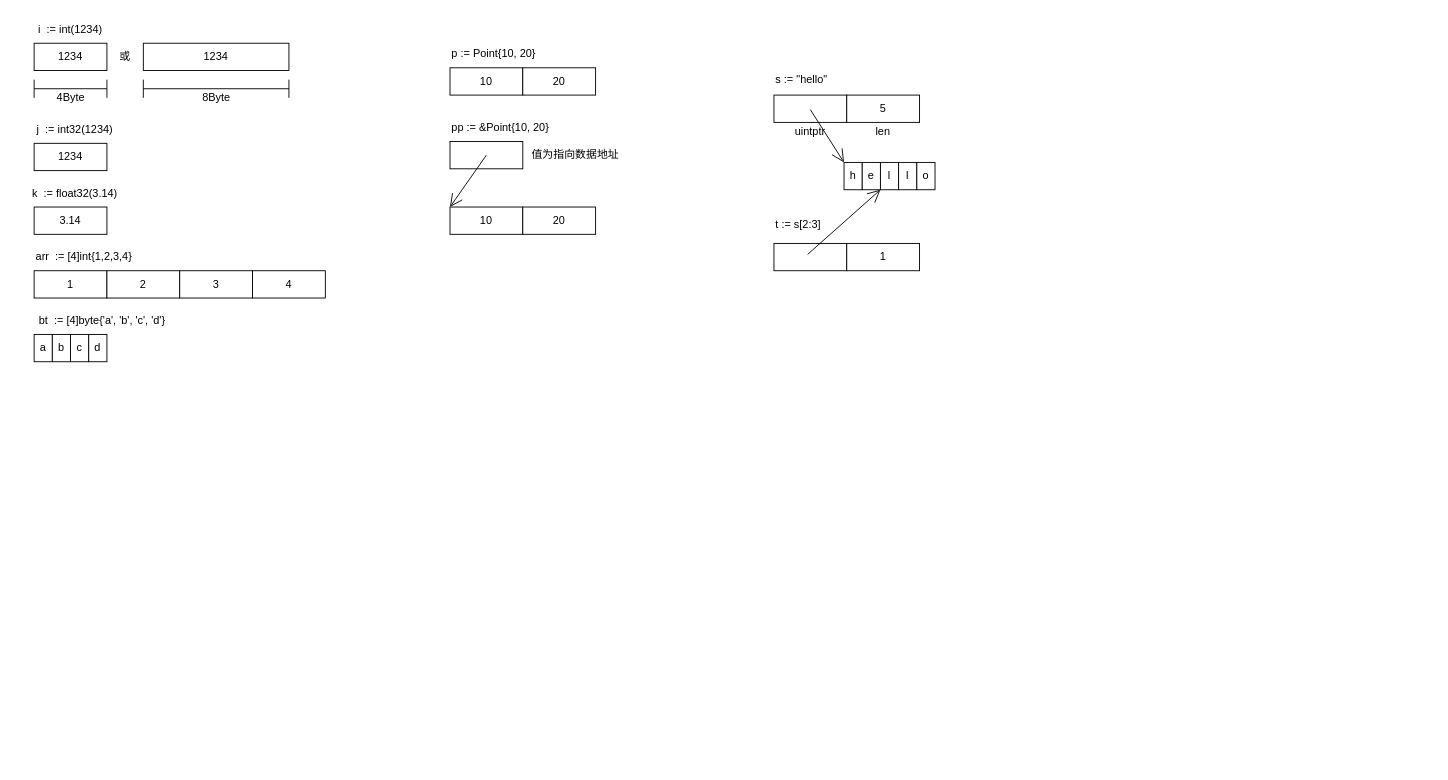
Earlier version of the draw.io diagram page "数据结构" (1 of 3) of golang.drawio (jxu86/project-uml). Source tidied: cells renumbered, new cells numbered last; positions are measured from the earlier drawing's top-left corner, leaving out a move shared by most shapes. Both pictures are drawn from the tidied source at 91%, with x=0, y=0 at pixel (15, 15).
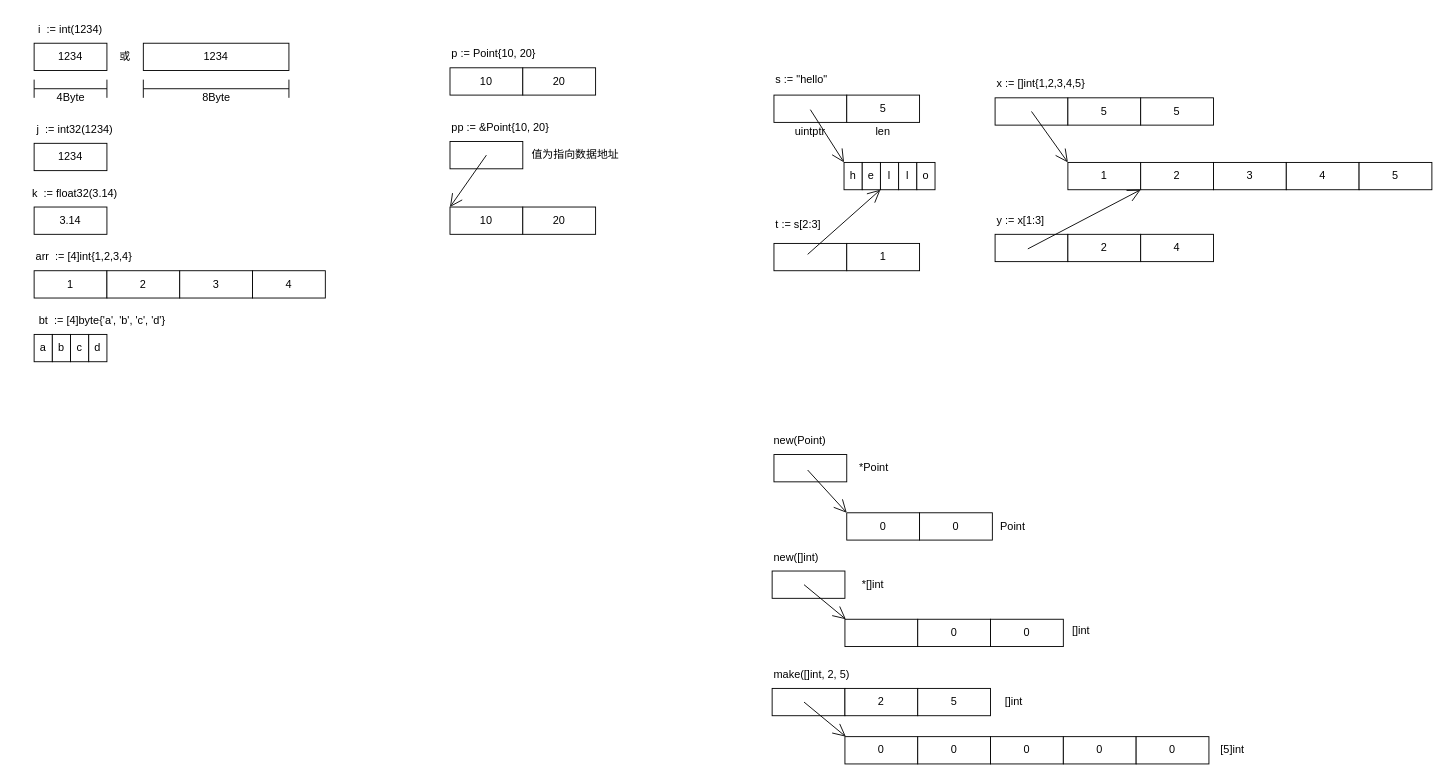
The same diagram, later.

The edit, as a diff of the source:
```diff
@@
+    <mxCell id="48" style="rounded=0;whiteSpace=wrap;html=1;" parent="1" vertex="1">
+      <mxGeometry x="1076" y="90" width="80" height="30" as="geometry" />
+    </mxCell>
@@
+    <mxCell id="49" value="x := []int{1,2,3,4,5}" style="text;html=1;strokeColor=none;fillColor=none;align=left;verticalAlign=middle;whiteSpace=wrap;rounded=0;" parent="1" vertex="1">
+      <mxGeometry x="1076" y="60" width="119" height="30" as="geometry" />
+    </mxCell>
+    <mxCell id="50" value="1" style="rounded=0;whiteSpace=wrap;html=1;" parent="1" vertex="1">
+      <mxGeometry x="1156" y="161" width="80" height="30" as="geometry" />
+    </mxCell>
+    <mxCell id="51" value="2" style="rounded=0;whiteSpace=wrap;html=1;" parent="1" vertex="1">
+      <mxGeometry x="1236" y="161" width="80" height="30" as="geometry" />
+    </mxCell>
+    <mxCell id="52" value="3" style="rounded=0;whiteSpace=wrap;html=1;" parent="1" vertex="1">
+      <mxGeometry x="1316" y="161" width="80" height="30" as="geometry" />
+    </mxCell>
+    <mxCell id="53" value="4" style="rounded=0;whiteSpace=wrap;html=1;" parent="1" vertex="1">
+      <mxGeometry x="1396" y="161" width="80" height="30" as="geometry" />
+    </mxCell>
+    <mxCell id="54" value="5" style="rounded=0;whiteSpace=wrap;html=1;" parent="1" vertex="1">
+      <mxGeometry x="1476" y="161" width="80" height="30" as="geometry" />
+    </mxCell>
+    <mxCell id="55" value="5" style="rounded=0;whiteSpace=wrap;html=1;" parent="1" vertex="1">
+      <mxGeometry x="1156" y="90" width="80" height="30" as="geometry" />
+    </mxCell>
+    <mxCell id="56" value="5" style="rounded=0;whiteSpace=wrap;html=1;" parent="1" vertex="1">
+      <mxGeometry x="1236" y="90" width="80" height="30" as="geometry" />
+    </mxCell>
+    <mxCell id="57" style="endArrow=open;endFill=1;endSize=12;html=1;rounded=0;entryX=0;entryY=0;entryDx=0;entryDy=0;exitX=0.5;exitY=0.5;exitDx=0;exitDy=0;exitPerimeter=0;" parent="1" edge="1" source="48" target="50">
+      <mxGeometry relative="1" as="geometry" />
+    </mxCell>
+    <mxCell id="58" value="y := x[1:3]" style="text;html=1;strokeColor=none;fillColor=none;align=left;verticalAlign=middle;whiteSpace=wrap;rounded=0;" parent="1" vertex="1">
+      <mxGeometry x="1076" y="210" width="119" height="30" as="geometry" />
+    </mxCell>
+    <mxCell id="59" style="rounded=0;whiteSpace=wrap;html=1;" parent="1" vertex="1">
+      <mxGeometry x="1076" y="240" width="80" height="30" as="geometry" />
+    </mxCell>
+    <mxCell id="60" value="2" style="rounded=0;whiteSpace=wrap;html=1;" parent="1" vertex="1">
+      <mxGeometry x="1156" y="240" width="80" height="30" as="geometry" />
+    </mxCell>
+    <mxCell id="61" value="4" style="rounded=0;whiteSpace=wrap;html=1;" parent="1" vertex="1">
+      <mxGeometry x="1236" y="240" width="80" height="30" as="geometry" />
+    </mxCell>
+    <mxCell id="62" style="endArrow=open;endFill=1;endSize=12;html=1;rounded=0;entryX=0;entryY=1;entryDx=0;entryDy=0;exitX=0.5;exitY=0.5;exitDx=0;exitDy=0;exitPerimeter=0;" parent="1" edge="1" target="51">
+      <mxGeometry relative="1" as="geometry">
+        <mxPoint x="1112" y="256" as="sourcePoint" />
+      </mxGeometry>
+    </mxCell>
+    <mxCell id="63" value="new(Point)" style="text;html=1;strokeColor=none;fillColor=none;align=left;verticalAlign=middle;whiteSpace=wrap;rounded=0;" parent="1" vertex="1">
+      <mxGeometry x="831" y="452" width="119" height="30" as="geometry" />
+    </mxCell>
+    <mxCell id="64" style="rounded=0;whiteSpace=wrap;html=1;" parent="1" vertex="1">
+      <mxGeometry x="833" y="482" width="80" height="30" as="geometry" />
+    </mxCell>
+    <mxCell id="65" value="0" style="rounded=0;whiteSpace=wrap;html=1;" parent="1" vertex="1">
+      <mxGeometry x="913" y="546" width="80" height="30" as="geometry" />
+    </mxCell>
+    <mxCell id="66" value="0" style="rounded=0;whiteSpace=wrap;html=1;" parent="1" vertex="1">
+      <mxGeometry x="993" y="546" width="80" height="30" as="geometry" />
+    </mxCell>
+    <mxCell id="67" style="endArrow=open;endFill=1;endSize=12;html=1;rounded=0;entryX=0;entryY=0;entryDx=0;entryDy=0;exitX=0.463;exitY=0.4;exitDx=0;exitDy=0;exitPerimeter=0;" parent="1" edge="1" target="65">
+      <mxGeometry relative="1" as="geometry">
+        <mxPoint x="870" y="499" as="sourcePoint" />
+      </mxGeometry>
+    </mxCell>
+    <mxCell id="68" value="*Point" style="text;html=1;strokeColor=none;fillColor=none;align=left;verticalAlign=middle;whiteSpace=wrap;rounded=0;" parent="1" vertex="1">
+      <mxGeometry x="925" y="482" width="119" height="30" as="geometry" />
+    </mxCell>
+    <mxCell id="69" value="new([]int)" style="text;html=1;strokeColor=none;fillColor=none;align=left;verticalAlign=middle;whiteSpace=wrap;rounded=0;" parent="1" vertex="1">
+      <mxGeometry x="831" y="580" width="119" height="30" as="geometry" />
+    </mxCell>
+    <mxCell id="70" style="rounded=0;whiteSpace=wrap;html=1;" parent="1" vertex="1">
+      <mxGeometry x="831" y="610" width="80" height="30" as="geometry" />
+    </mxCell>
+    <mxCell id="71" style="rounded=0;whiteSpace=wrap;html=1;" parent="1" vertex="1">
+      <mxGeometry x="911" y="663" width="80" height="30" as="geometry" />
+    </mxCell>
+    <mxCell id="72" value="0" style="rounded=0;whiteSpace=wrap;html=1;" parent="1" vertex="1">
+      <mxGeometry x="991" y="663" width="80" height="30" as="geometry" />
+    </mxCell>
+    <mxCell id="73" value="0" style="rounded=0;whiteSpace=wrap;html=1;" parent="1" vertex="1">
+      <mxGeometry x="1071" y="663" width="80" height="30" as="geometry" />
+    </mxCell>
+    <mxCell id="74" style="endArrow=open;endFill=1;endSize=12;html=1;rounded=0;entryX=0;entryY=0;entryDx=0;entryDy=0;exitX=0.438;exitY=0.5;exitDx=0;exitDy=0;exitPerimeter=0;" parent="1" edge="1" source="70">
+      <mxGeometry relative="1" as="geometry">
+        <mxPoint x="912" y="663" as="targetPoint" />
+      </mxGeometry>
+    </mxCell>
+    <mxCell id="75" value="make([]int, 2, 5)" style="text;html=1;strokeColor=none;fillColor=none;align=left;verticalAlign=middle;whiteSpace=wrap;rounded=0;" parent="1" vertex="1">
+      <mxGeometry x="831" y="709" width="119" height="30" as="geometry" />
+    </mxCell>
+    <mxCell id="76" style="rounded=0;whiteSpace=wrap;html=1;" parent="1" vertex="1">
+      <mxGeometry x="831" y="739" width="80" height="30" as="geometry" />
+    </mxCell>
+    <mxCell id="77" value="0" style="rounded=0;whiteSpace=wrap;html=1;" parent="1" vertex="1">
+      <mxGeometry x="911" y="792" width="80" height="30" as="geometry" />
+    </mxCell>
+    <mxCell id="78" value="0" style="rounded=0;whiteSpace=wrap;html=1;" parent="1" vertex="1">
+      <mxGeometry x="991" y="792" width="80" height="30" as="geometry" />
+    </mxCell>
+    <mxCell id="79" value="0" style="rounded=0;whiteSpace=wrap;html=1;" parent="1" vertex="1">
+      <mxGeometry x="1071" y="792" width="80" height="30" as="geometry" />
+    </mxCell>
+    <mxCell id="80" style="endArrow=open;endFill=1;endSize=12;html=1;rounded=0;entryX=0;entryY=0;entryDx=0;entryDy=0;exitX=0.438;exitY=0.5;exitDx=0;exitDy=0;exitPerimeter=0;" parent="1" edge="1" source="76">
+      <mxGeometry relative="1" as="geometry">
+        <mxPoint x="912" y="792" as="targetPoint" />
+      </mxGeometry>
+    </mxCell>
+    <mxCell id="81" value="0" style="rounded=0;whiteSpace=wrap;html=1;" parent="1" vertex="1">
+      <mxGeometry x="1151" y="792" width="80" height="30" as="geometry" />
+    </mxCell>
+    <mxCell id="82" value="0" style="rounded=0;whiteSpace=wrap;html=1;" parent="1" vertex="1">
+      <mxGeometry x="1231" y="792" width="80" height="30" as="geometry" />
+    </mxCell>
+    <mxCell id="83" value="2" style="rounded=0;whiteSpace=wrap;html=1;" parent="1" vertex="1">
+      <mxGeometry x="911" y="739" width="80" height="30" as="geometry" />
+    </mxCell>
+    <mxCell id="84" value="5" style="rounded=0;whiteSpace=wrap;html=1;" parent="1" vertex="1">
+      <mxGeometry x="991" y="739" width="80" height="30" as="geometry" />
+    </mxCell>
+    <mxCell id="85" value="*[]int" style="text;html=1;strokeColor=none;fillColor=none;align=left;verticalAlign=middle;whiteSpace=wrap;rounded=0;" parent="1" vertex="1">
+      <mxGeometry x="928" y="610" width="52" height="30" as="geometry" />
+    </mxCell>
+    <mxCell id="86" value="[]int" style="text;html=1;strokeColor=none;fillColor=none;align=left;verticalAlign=middle;whiteSpace=wrap;rounded=0;" parent="1" vertex="1">
+      <mxGeometry x="1085" y="739" width="52" height="30" as="geometry" />
+    </mxCell>
+    <mxCell id="87" value="[5]int" style="text;html=1;strokeColor=none;fillColor=none;align=left;verticalAlign=middle;whiteSpace=wrap;rounded=0;" parent="1" vertex="1">
+      <mxGeometry x="1322" y="792" width="52" height="30" as="geometry" />
+    </mxCell>
+    <mxCell id="88" value="[]int" style="text;html=1;strokeColor=none;fillColor=none;align=left;verticalAlign=middle;whiteSpace=wrap;rounded=0;" parent="1" vertex="1">
+      <mxGeometry x="1159" y="661" width="52" height="30" as="geometry" />
+    </mxCell>
+    <mxCell id="89" value="Point" style="text;html=1;strokeColor=none;fillColor=none;align=left;verticalAlign=middle;whiteSpace=wrap;rounded=0;" parent="1" vertex="1">
+      <mxGeometry x="1080" y="546" width="52" height="30" as="geometry" />
+    </mxCell>
```
